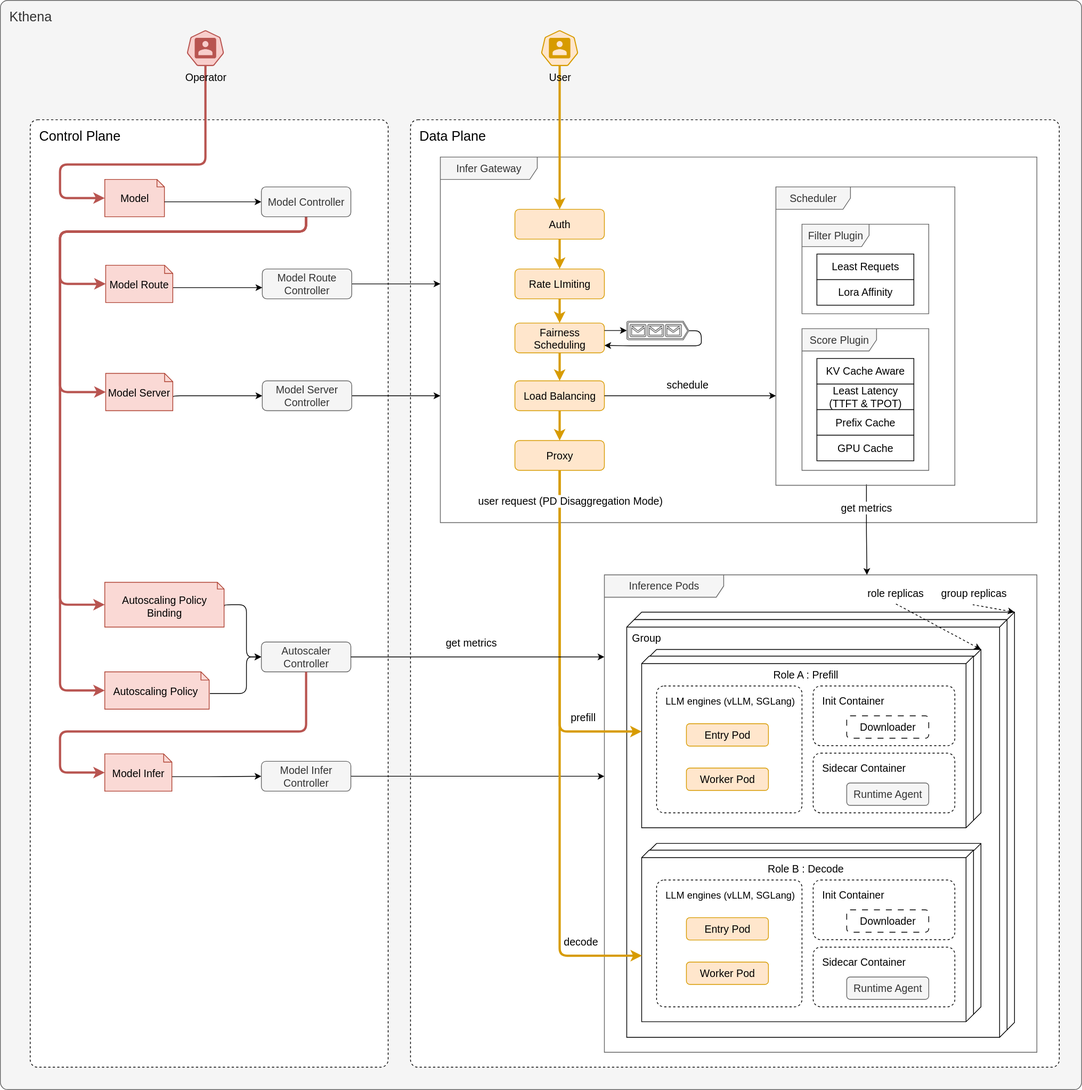
matrixinfer-ai/kthena keeps this draw.io diagram as docs/kthena/static/img/diagrams/architecture/architecture_overview.svg. Above is the earlier version. Source tidied: cells renumbered, new cells last; positions are measured from the earlier drawing's top-left corner, leaving out a move shared by most shapes.
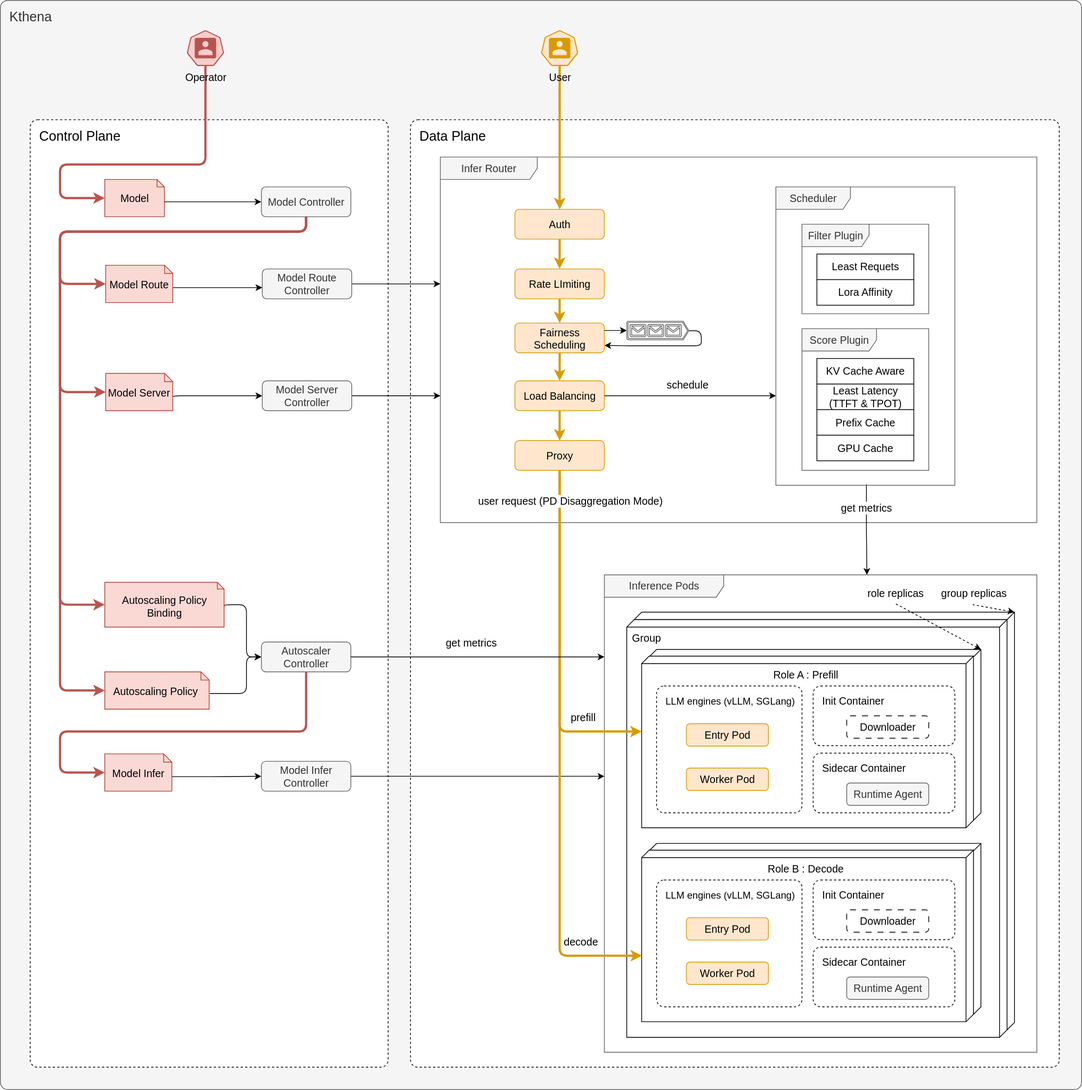
After the commit.

Change to the diagram source:
```diff
@@ -11,7 +11,7 @@
     <mxCell id="4" value="&lt;font style=&quot;font-size: 18px;&quot;&gt;Control Plane&lt;/font&gt;" style="dashed=1;rounded=1;absoluteArcSize=1;arcSize=20;html=1;verticalAlign=top;align=left;spacingTop=5;spacingLeft=10;whiteSpace=wrap;fontSize=14;" parent="1" vertex="1">
       <mxGeometry x="40" y="160" width="480" height="1270" as="geometry" />
     </mxCell>
-    <mxCell id="5" value="Infer Gateway" style="shape=umlFrame;whiteSpace=wrap;html=1;width=130;fillStyle=solid;fillColor=#f5f5f5;fontColor=#333333;strokeColor=#666666;fontSize=14;height=30;rounded=1;" parent="1" vertex="1">
+    <mxCell id="5" value="Infer Router" style="shape=umlFrame;whiteSpace=wrap;html=1;width=130;fillStyle=solid;fillColor=#f5f5f5;fontColor=#333333;strokeColor=#666666;fontSize=14;height=30;rounded=1;" parent="1" vertex="1">
       <mxGeometry x="590" y="210" width="800" height="490" as="geometry" />
     </mxCell>
     <mxCell id="6" value="Inference Pods" style="shape=umlFrame;whiteSpace=wrap;html=1;width=160;fillColor=#f5f5f5;fontColor=#333333;strokeColor=#666666;fontSize=14;rounded=1;" parent="1" vertex="1">
```
